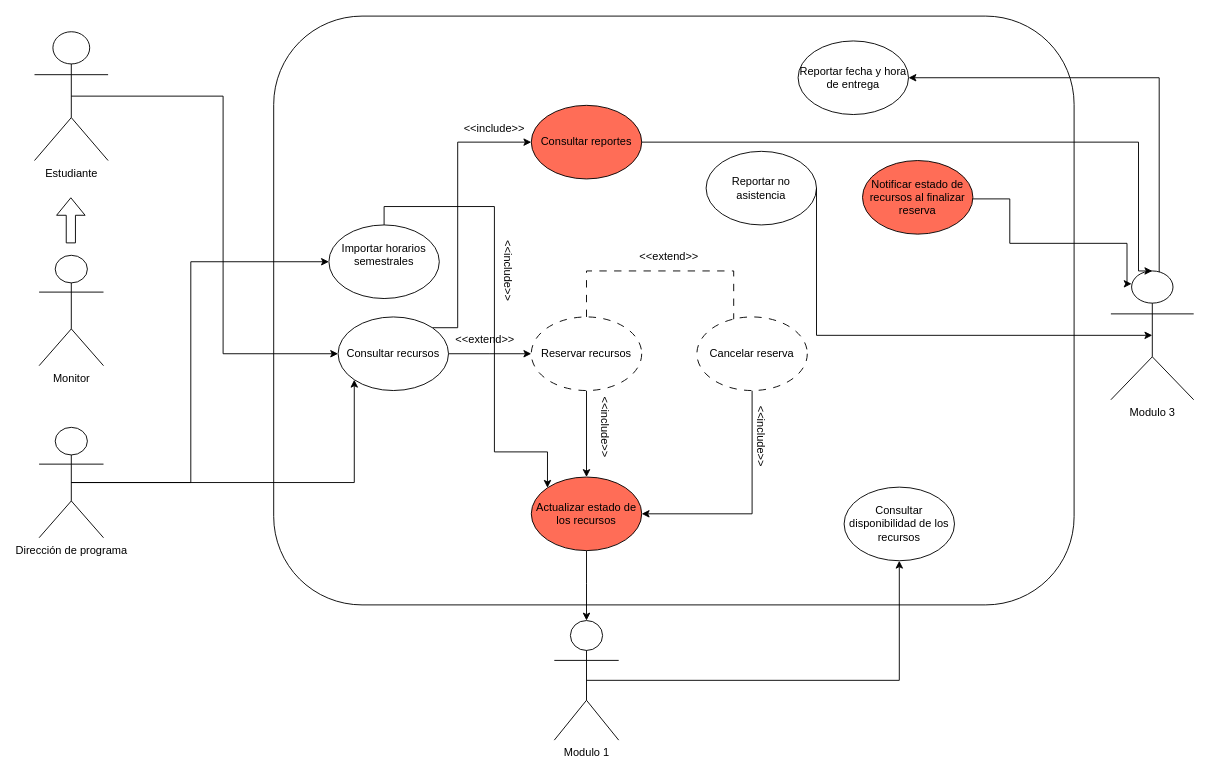
codigotpx/ReservasUnimag keeps this draw.io diagram as docs/unimag.drawio. Above is the earlier version. Source tidied: cells renumbered, new cells numbered last; positions are measured from the earlier drawing's top-left corner, leaving out a move shared by most shapes. Both pictures are drawn from the tidied source at 92%, with x=0, y=0 at pixel (34, 16).
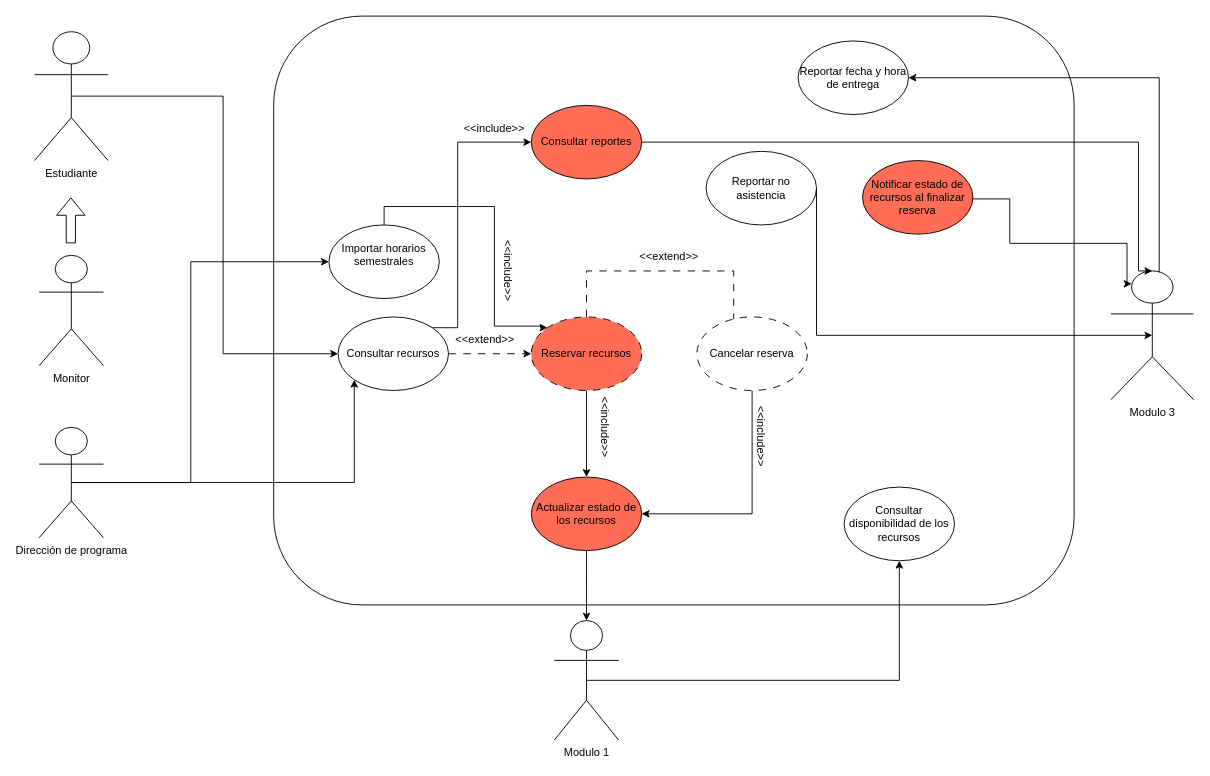
The same page after the edit.

Commit message (it also covers changes not shown here):
Use Case Diagram updated

The change refers to these unchanged cells:
```xml
<mxCell id="6" value="Importar horarios semestrales&lt;div&gt;&lt;br&gt;&lt;/div&gt;" style="ellipse;whiteSpace=wrap;html=1;shapeInside=1;" parent="1" vertex="1">
  <mxGeometry x="320" y="227" width="120" height="80" as="geometry" />
</mxCell>
<mxCell id="9" value="Consultar recursos" style="ellipse;whiteSpace=wrap;html=1;shapeInside=1;" parent="1" vertex="1">
  <mxGeometry x="330" y="327" width="120" height="80" as="geometry" />
</mxCell>
<mxCell id="38" value="Actualizar estado de los recursos" style="ellipse;whiteSpace=wrap;html=1;shapeInside=1;fillColor=light-dark(#FF6D57,#DA6547);fontColor=light-dark(#000000,#000000);strokeColor=default;" parent="1" vertex="1">
  <mxGeometry x="540" y="501" width="120" height="80" as="geometry" />
</mxCell>
```

Diff of the diagram source:
```diff
@@
-    <mxCell id="5" style="edgeStyle=orthogonalEdgeStyle;rounded=0;jettySize=auto;html=1;exitX=0.5;exitY=0;exitDx=0;exitDy=0;entryX=0;entryY=0;entryDx=0;entryDy=0;" parent="1" edge="1" source="6" target="38">
+    <mxCell id="5" style="edgeStyle=orthogonalEdgeStyle;rounded=0;jettySize=auto;html=1;exitX=0.5;exitY=0;exitDx=0;exitDy=0;entryX=0;entryY=0;entryDx=0;entryDy=0;" parent="1" edge="1" source="6" target="33">
       <mxGeometry relative="1" as="geometry">
         <Array as="points">
-          <mxPoint x="379.9" y="207" />
+          <mxPoint x="380" y="207" />
           <mxPoint x="499.9" y="207" />
-          <mxPoint x="499.9" y="473.7" />
+          <mxPoint x="499.9" y="337" />
+          <mxPoint x="550" y="337" />
+          <mxPoint x="550" y="338.6" />
         </Array>
       </mxGeometry>
     </mxCell>
@@
-    <mxCell id="7" style="edgeStyle=orthogonalEdgeStyle;rounded=0;jettySize=auto;html=1;exitX=1;exitY=0.5;exitDx=0;exitDy=0;entryX=0;entryY=0.5;entryDx=0;entryDy=0;" parent="1" edge="1" source="9">
+    <mxCell id="7" style="edgeStyle=orthogonalEdgeStyle;rounded=0;jettySize=auto;html=1;exitX=1;exitY=0.5;exitDx=0;exitDy=0;entryX=0;entryY=0.5;entryDx=0;entryDy=0;dashed=1;dashPattern=8 8;" parent="1" edge="1" source="9">
       <mxGeometry relative="1" as="geometry">
         <mxPoint x="540" y="367" as="targetPoint" />
       </mxGeometry>
     </mxCell>
@@
-    <mxCell id="33" value="Reservar recursos" style="ellipse;whiteSpace=wrap;html=1;shapeInside=1;dashed=1;dashPattern=8 8;" parent="1" vertex="1">
+    <mxCell id="33" value="Reservar recursos" style="ellipse;whiteSpace=wrap;html=1;shapeInside=1;dashed=1;dashPattern=8 8;fillColor=light-dark(#FF6D57,#DA6547);fontColor=light-dark(#000000,#000000);" parent="1" vertex="1">
       <mxGeometry x="540" y="327" width="120" height="80" as="geometry" />
     </mxCell>
```
